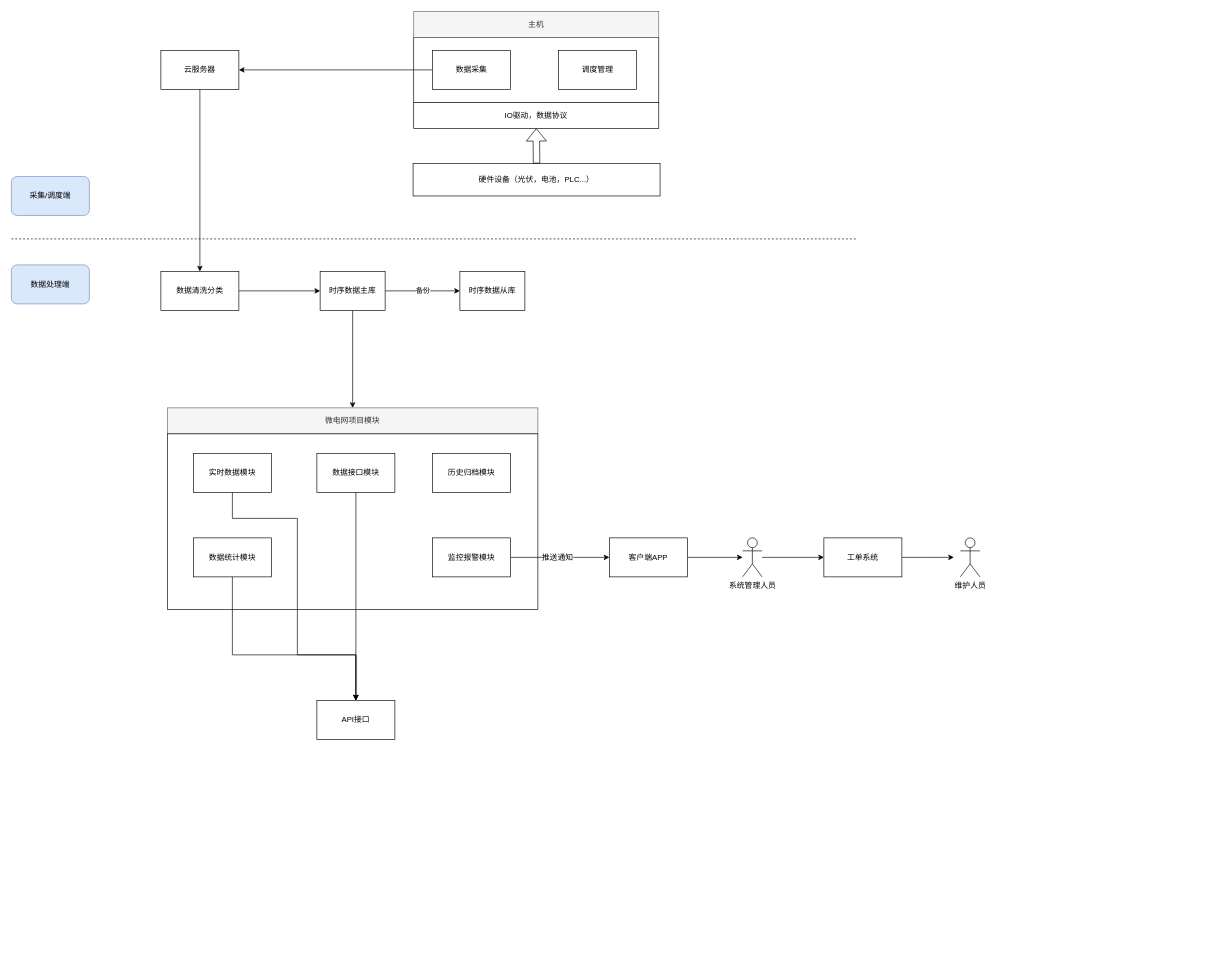
Standstill/DrawIO keeps this draw.io diagram as microgrid.drawio. Above is the earlier version. Source tidied: cells renumbered, new cells numbered last; positions are measured from the earlier drawing's top-left corner, leaving out a move shared by most shapes. Both pictures are drawn from the tidied source at 65%, with x=0, y=0 at pixel (11, 11).
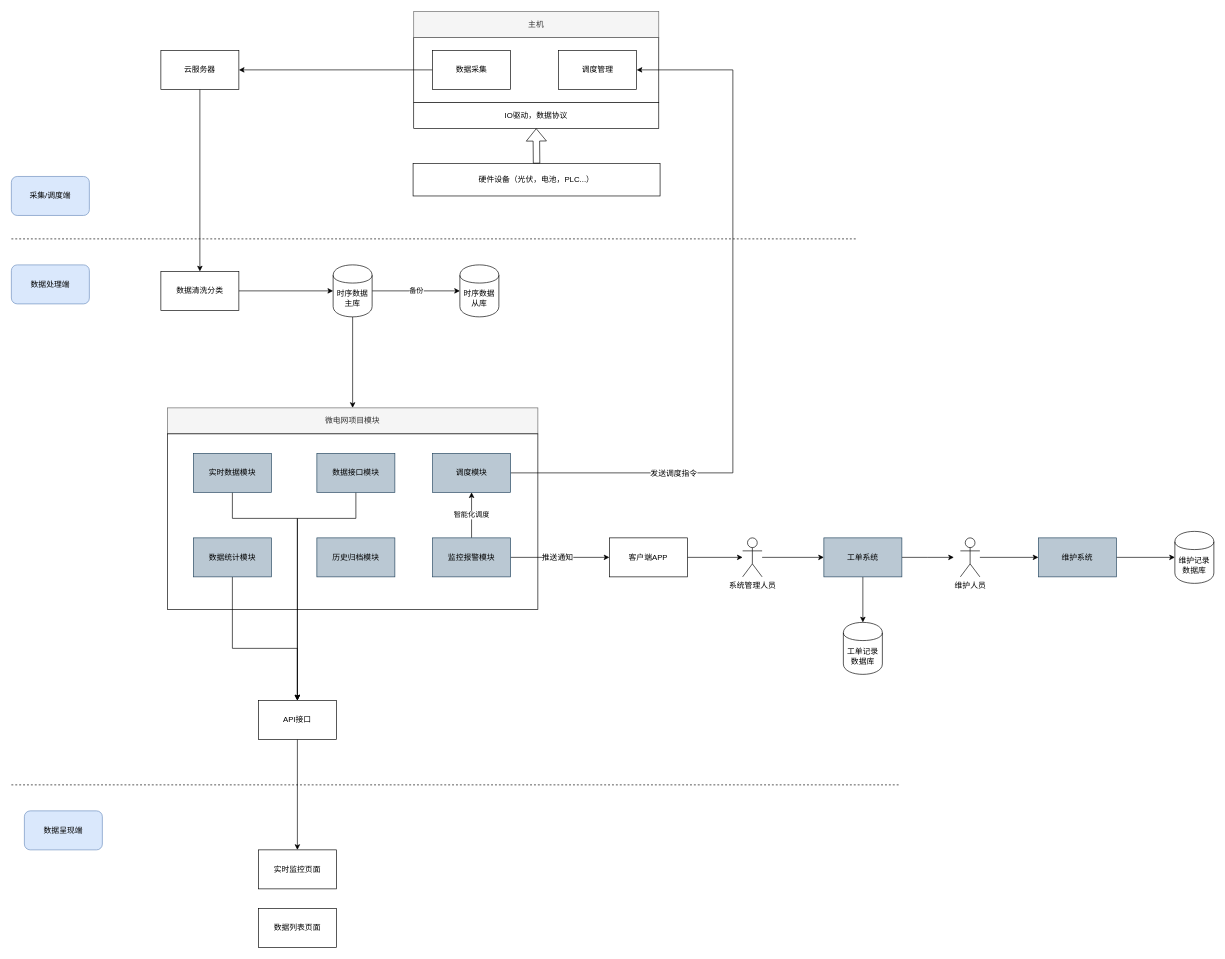
Above is the later version.

The change refers to these unchanged cells:
```xml
<mxCell id="6" value="调度管理" style="rounded=0;whiteSpace=wrap;html=1;" parent="1" vertex="1">
  <mxGeometry x="842" y="60" width="120" height="60" as="geometry" />
</mxCell>
<mxCell id="37" value="数据清洗分类" style="rounded=0;whiteSpace=wrap;html=1;" parent="1" vertex="1">
  <mxGeometry x="230" y="400" width="120" height="60" as="geometry" />
</mxCell>
<mxCell id="40" value="维护人员" style="shape=umlActor;verticalLabelPosition=bottom;labelBackgroundColor=#ffffff;verticalAlign=top;html=1;outlineConnect=0;" parent="1" vertex="1">
  <mxGeometry x="1460" y="810" width="30" height="60" as="geometry" />
</mxCell>
```

Diff of the diagram source:
```diff
@@
-    <mxCell id="12" value="备份" style="edgeStyle=orthogonalEdgeStyle;rounded=0;jettySize=auto;html=1;" parent="1" edge="1" source="14" target="15">
+    <mxCell id="12" value="备份" style="edgeStyle=orthogonalEdgeStyle;rounded=0;jettySize=auto;html=1;exitX=1;exitY=0.5;exitDx=0;exitDy=0;entryX=0;entryY=0.5;entryDx=0;entryDy=0;" parent="1" edge="1" source="14" target="15">
       <mxGeometry relative="1" as="geometry" />
     </mxCell>
@@
-    <mxCell id="14" value="时序数据主库" style="rounded=0;whiteSpace=wrap;html=1;" parent="1" vertex="1">
-      <mxGeometry x="475" y="400" width="100" height="60" as="geometry" />
-    </mxCell>
-    <mxCell id="15" value="时序数据从库" style="rounded=0;whiteSpace=wrap;html=1;" parent="1" vertex="1">
-      <mxGeometry x="690" y="400" width="100" height="60" as="geometry" />
-    </mxCell>
@@
     <mxCell id="18" style="edgeStyle=orthogonalEdgeStyle;rounded=0;jettySize=auto;html=1;exitX=0.5;exitY=1;exitDx=0;exitDy=0;entryX=0.5;entryY=0;entryDx=0;entryDy=0;" parent="1" edge="1" source="19" target="28">
       <mxGeometry relative="1" as="geometry">
         <Array as="points">
           <mxPoint x="340" y="780" />
           <mxPoint x="440" y="780" />
-          <mxPoint x="440" y="990" />
-          <mxPoint x="530" y="990" />
         </Array>
       </mxGeometry>
     </mxCell>
-    <mxCell id="19" value="实时数据模块" style="rounded=0;whiteSpace=wrap;html=1;" parent="1" vertex="1">
+    <mxCell id="19" value="实时数据模块" style="rounded=0;whiteSpace=wrap;html=1;fillColor=#bac8d3;strokeColor=#23445d;" parent="1" vertex="1">
       <mxGeometry x="280" y="680" width="120" height="60" as="geometry" />
     </mxCell>
-    <mxCell id="20" value="历史归档模块" style="rounded=0;whiteSpace=wrap;html=1;" parent="1" vertex="1">
-      <mxGeometry x="648" y="680" width="120" height="60" as="geometry" />
+    <mxCell id="20" value="历史归档模块" style="rounded=0;whiteSpace=wrap;html=1;fillColor=#bac8d3;strokeColor=#23445d;" parent="1" vertex="1">
+      <mxGeometry x="470" y="810" width="120" height="60" as="geometry" />
     </mxCell>
     <mxCell id="21" style="edgeStyle=orthogonalEdgeStyle;rounded=0;jettySize=auto;html=1;exitX=0.5;exitY=1;exitDx=0;exitDy=0;entryX=0.5;entryY=0;entryDx=0;entryDy=0;" parent="1" edge="1" source="22" target="28">
       <mxGeometry relative="1" as="geometry">
         <Array as="points">
-          <mxPoint x="530" y="1050" />
-          <mxPoint x="530" y="1050" />
+          <mxPoint x="530" y="780" />
+          <mxPoint x="440" y="780" />
+          <mxPoint x="440" y="1060" />
         </Array>
       </mxGeometry>
     </mxCell>
-    <mxCell id="22" value="数据接口模块" style="rounded=0;whiteSpace=wrap;html=1;" parent="1" vertex="1">
+    <mxCell id="22" value="数据接口模块" style="rounded=0;whiteSpace=wrap;html=1;fillColor=#bac8d3;strokeColor=#23445d;" parent="1" vertex="1">
       <mxGeometry x="470" y="680" width="120" height="60" as="geometry" />
     </mxCell>
     <mxCell id="23" style="edgeStyle=orthogonalEdgeStyle;rounded=0;jettySize=auto;html=1;exitX=0.5;exitY=1;exitDx=0;exitDy=0;entryX=0.5;entryY=0;entryDx=0;entryDy=0;" parent="1" edge="1" source="24" target="28">
       <mxGeometry relative="1" as="geometry">
         <Array as="points">
-          <mxPoint x="340" y="990" />
-          <mxPoint x="530" y="990" />
+          <mxPoint x="340" y="980" />
+          <mxPoint x="440" y="980" />
         </Array>
       </mxGeometry>
     </mxCell>
-    <mxCell id="24" value="数据统计模块" style="rounded=0;whiteSpace=wrap;html=1;" parent="1" vertex="1">
+    <mxCell id="24" value="数据统计模块" style="rounded=0;whiteSpace=wrap;html=1;fillColor=#bac8d3;strokeColor=#23445d;" parent="1" vertex="1">
       <mxGeometry x="280" y="810" width="120" height="60" as="geometry" />
     </mxCell>
@@
+    <mxCell id="41" value="智能化调度" style="edgeStyle=orthogonalEdgeStyle;rounded=0;jettySize=auto;html=1;exitX=0.5;exitY=0;exitDx=0;exitDy=0;" parent="1" edge="1" source="27" target="47">
+      <mxGeometry relative="1" as="geometry" />
+    </mxCell>
-    <mxCell id="27" value="监控报警模块" style="rounded=0;whiteSpace=wrap;html=1;" parent="1" vertex="1">
+    <mxCell id="27" value="监控报警模块" style="rounded=0;whiteSpace=wrap;html=1;fillColor=#bac8d3;strokeColor=#23445d;" parent="1" vertex="1">
       <mxGeometry x="648" y="810" width="120" height="60" as="geometry" />
     </mxCell>
+    <mxCell id="42" style="edgeStyle=orthogonalEdgeStyle;rounded=0;jettySize=auto;html=1;exitX=0.5;exitY=1;exitDx=0;exitDy=0;" parent="1" edge="1" source="28" target="54">
+      <mxGeometry relative="1" as="geometry" />
+    </mxCell>
     <mxCell id="28" value="API接口" style="rounded=0;whiteSpace=wrap;html=1;" parent="1" vertex="1">
-      <mxGeometry x="470" y="1060" width="120" height="60" as="geometry" />
+      <mxGeometry x="380" y="1060" width="120" height="60" as="geometry" />
     </mxCell>
@@
-    <mxCell id="36" style="edgeStyle=orthogonalEdgeStyle;rounded=0;jettySize=auto;html=1;exitX=1;exitY=0.5;exitDx=0;exitDy=0;" parent="1" edge="1" source="37" target="14">
+    <mxCell id="36" style="edgeStyle=orthogonalEdgeStyle;rounded=0;jettySize=auto;html=1;exitX=1;exitY=0.5;exitDx=0;exitDy=0;entryX=0;entryY=0.5;entryDx=0;entryDy=0;" parent="1" edge="1" source="37" target="14">
       <mxGeometry relative="1" as="geometry" />
     </mxCell>
@@
+    <mxCell id="43" style="edgeStyle=orthogonalEdgeStyle;rounded=0;jettySize=auto;html=1;exitX=0.5;exitY=1;exitDx=0;exitDy=0;" parent="1" edge="1" source="39" target="51">
+      <mxGeometry relative="1" as="geometry" />
+    </mxCell>
-    <mxCell id="39" value="&lt;span style=&quot;white-space: normal&quot;&gt;工单系统&lt;/span&gt;" style="rounded=0;whiteSpace=wrap;html=1;" parent="1" vertex="1">
+    <mxCell id="39" value="&lt;span style=&quot;white-space: normal&quot;&gt;工单系统&lt;/span&gt;" style="rounded=0;whiteSpace=wrap;html=1;fillColor=#bac8d3;strokeColor=#23445d;" parent="1" vertex="1">
       <mxGeometry x="1250" y="810" width="120" height="60" as="geometry" />
     </mxCell>
+    <mxCell id="44" style="edgeStyle=orthogonalEdgeStyle;rounded=0;jettySize=auto;html=1;" parent="1" edge="1" source="40" target="49">
+      <mxGeometry relative="1" as="geometry" />
+    </mxCell>
@@
+    <mxCell id="45" style="edgeStyle=orthogonalEdgeStyle;rounded=0;jettySize=auto;html=1;exitX=1;exitY=0.5;exitDx=0;exitDy=0;entryX=1;entryY=0.5;entryDx=0;entryDy=0;" parent="1" edge="1" source="47" target="6">
+      <mxGeometry relative="1" as="geometry">
+        <Array as="points">
+          <mxPoint x="1110" y="710" />
+          <mxPoint x="1110" y="90" />
+        </Array>
+      </mxGeometry>
+    </mxCell>
+    <mxCell id="46" value="发送调度指令" style="text;html=1;align=center;verticalAlign=middle;labelBackgroundColor=#ffffff;" parent="45" vertex="1">
+      <mxGeometry x="-0.55" relative="1" as="geometry" />
+    </mxCell>
+    <mxCell id="47" value="调度模块" style="rounded=0;whiteSpace=wrap;html=1;fillColor=#bac8d3;strokeColor=#23445d;" parent="1" vertex="1">
+      <mxGeometry x="648" y="680" width="120" height="60" as="geometry" />
+    </mxCell>
+    <mxCell id="48" style="edgeStyle=orthogonalEdgeStyle;rounded=0;jettySize=auto;html=1;entryX=0;entryY=0.5;entryDx=0;entryDy=0;" parent="1" edge="1" source="49" target="50">
+      <mxGeometry relative="1" as="geometry" />
+    </mxCell>
+    <mxCell id="49" value="维护系统" style="rounded=0;whiteSpace=wrap;html=1;fillColor=#bac8d3;strokeColor=#23445d;" parent="1" vertex="1">
+      <mxGeometry x="1580" y="810" width="120" height="60" as="geometry" />
+    </mxCell>
+    <mxCell id="50" value="&lt;span style=&quot;white-space: normal&quot;&gt;维护记录数据库&lt;/span&gt;" style="shape=cylinder;whiteSpace=wrap;html=1;boundedLbl=1;backgroundOutline=1;" parent="1" vertex="1">
+      <mxGeometry x="1790" y="800" width="60" height="80" as="geometry" />
+    </mxCell>
+    <mxCell id="14" value="时序数据主库" style="shape=cylinder;whiteSpace=wrap;html=1;boundedLbl=1;backgroundOutline=1;" parent="1" vertex="1">
+      <mxGeometry x="495" y="390" width="60" height="80" as="geometry" />
+    </mxCell>
+    <mxCell id="15" value="时序数据从库" style="shape=cylinder;whiteSpace=wrap;html=1;boundedLbl=1;backgroundOutline=1;" parent="1" vertex="1">
+      <mxGeometry x="690" y="390" width="60" height="80" as="geometry" />
+    </mxCell>
+    <mxCell id="51" value="&lt;span style=&quot;white-space: normal&quot;&gt;工单记录数据库&lt;/span&gt;" style="shape=cylinder;whiteSpace=wrap;html=1;boundedLbl=1;backgroundOutline=1;" parent="1" vertex="1">
+      <mxGeometry x="1280" y="940" width="60" height="80" as="geometry" />
+    </mxCell>
+    <mxCell id="52" style="endArrow=none;dashed=1;html=1;" parent="1" edge="1">
+      <mxGeometry relative="1" as="geometry">
+        <mxPoint y="1190" as="sourcePoint" />
+        <mxPoint x="1366" y="1190" as="targetPoint" />
+      </mxGeometry>
+    </mxCell>
+    <mxCell id="53" value="数据呈现端" style="rounded=1;whiteSpace=wrap;html=1;fillColor=#dae8fc;strokeColor=#6c8ebf;" parent="1" vertex="1">
+      <mxGeometry x="20" y="1230" width="120" height="60" as="geometry" />
+    </mxCell>
+    <mxCell id="54" value="实时监控页面" style="rounded=0;whiteSpace=wrap;html=1;" parent="1" vertex="1">
+      <mxGeometry x="380" y="1290" width="120" height="60" as="geometry" />
+    </mxCell>
+    <mxCell id="55" value="数据列表页面" style="rounded=0;whiteSpace=wrap;html=1;" parent="1" vertex="1">
+      <mxGeometry x="380" y="1380" width="120" height="60" as="geometry" />
+    </mxCell>
```
